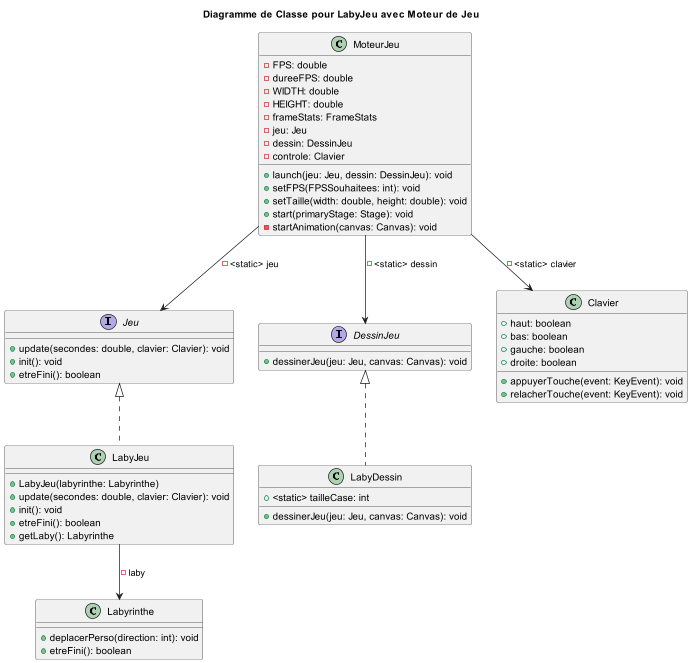
The PlantUML diagram documents/version_1/Fonctionnement_Diag-Diagramme_de_Classe_pour_LabyJeu_avec_Moteur_de_Jeu.png in adrienMGN/2024_Zeldiablo_mangin225u_dewasch2u_favier36u_fontaine_noel332u, before a commit.
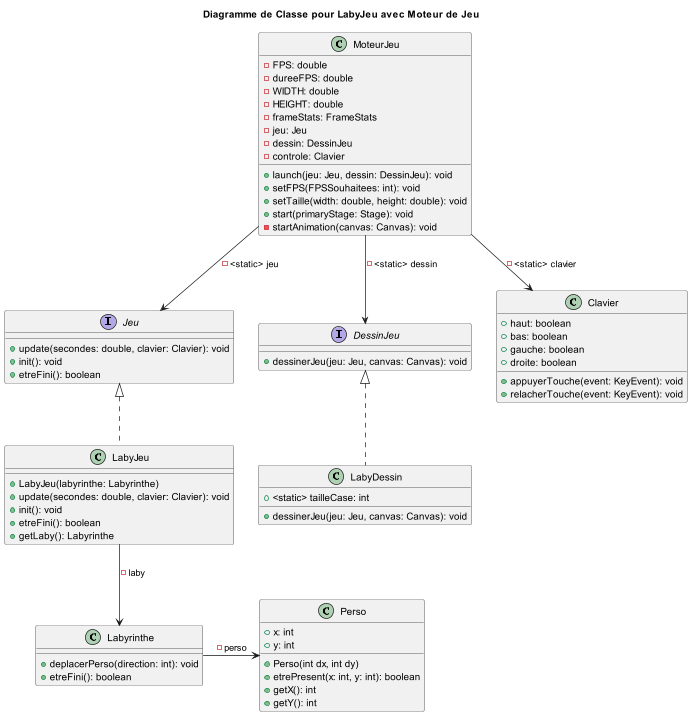
The same diagram one commit later.

The edit, as a diff of the source:
```diff
@@ -54,11 +54,21 @@
     -startAnimation(canvas: Canvas): void
 }
 
+class Perso {
+    +x: int
+    +y: int
+    +Perso(int dx, int dy)
+    +etrePresent(x: int, y: int): boolean
+    +getX(): int
+    +getY(): int
+}
+
 Jeu <|.. LabyJeu
 LabyJeu --> Labyrinthe : -laby
 MoteurJeu --> Jeu : -<static> jeu
 MoteurJeu --> DessinJeu : -<static> dessin
 MoteurJeu --> Clavier : -<static> clavier
 DessinJeu <|.. LabyDessin
+Labyrinthe -> Perso : -perso
 
 @enduml
```
